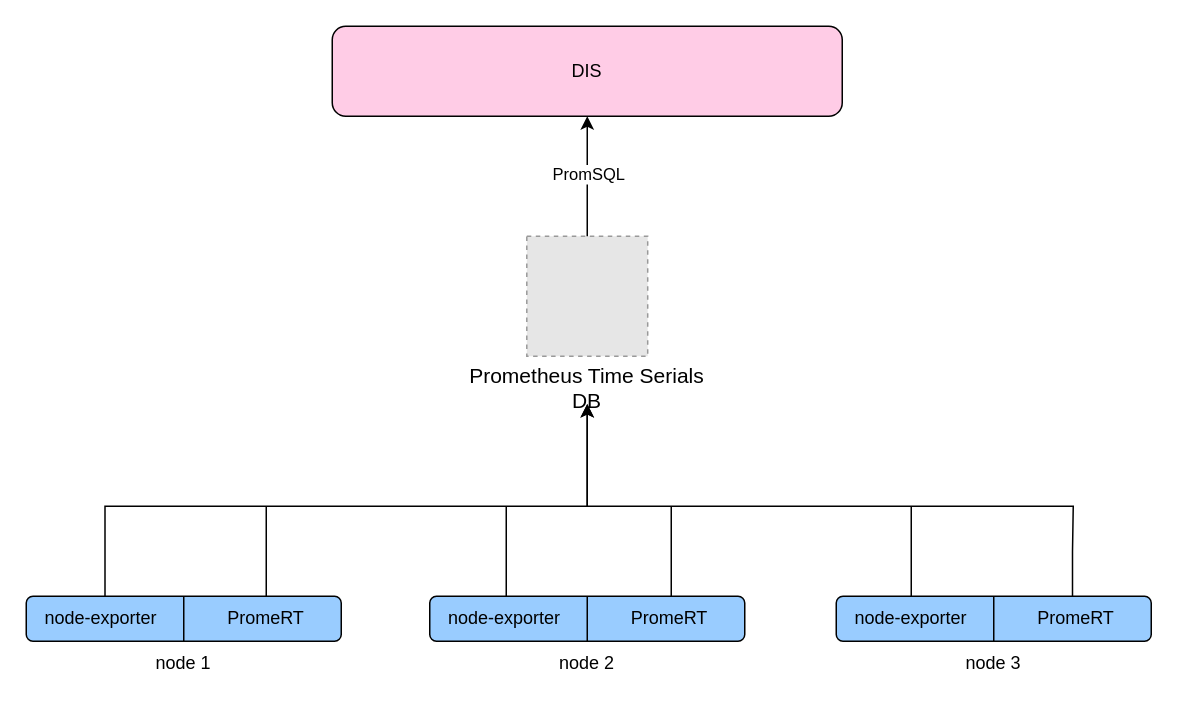
Above: page "资源监控" (14 of 16) of 自助式接入.drawio in dophinlife/drawio (draw.io), before the change. Source tidied: cells renumbered, new cells numbered last; positions are measured from the earlier drawing's top-left corner, leaving out a move shared by most shapes. Both pictures are drawn from the tidied source at 150%, with x=0, y=0 at pixel (26, 26). Pictures stored in the file or linked from it are replaced by grey dashed boxes.
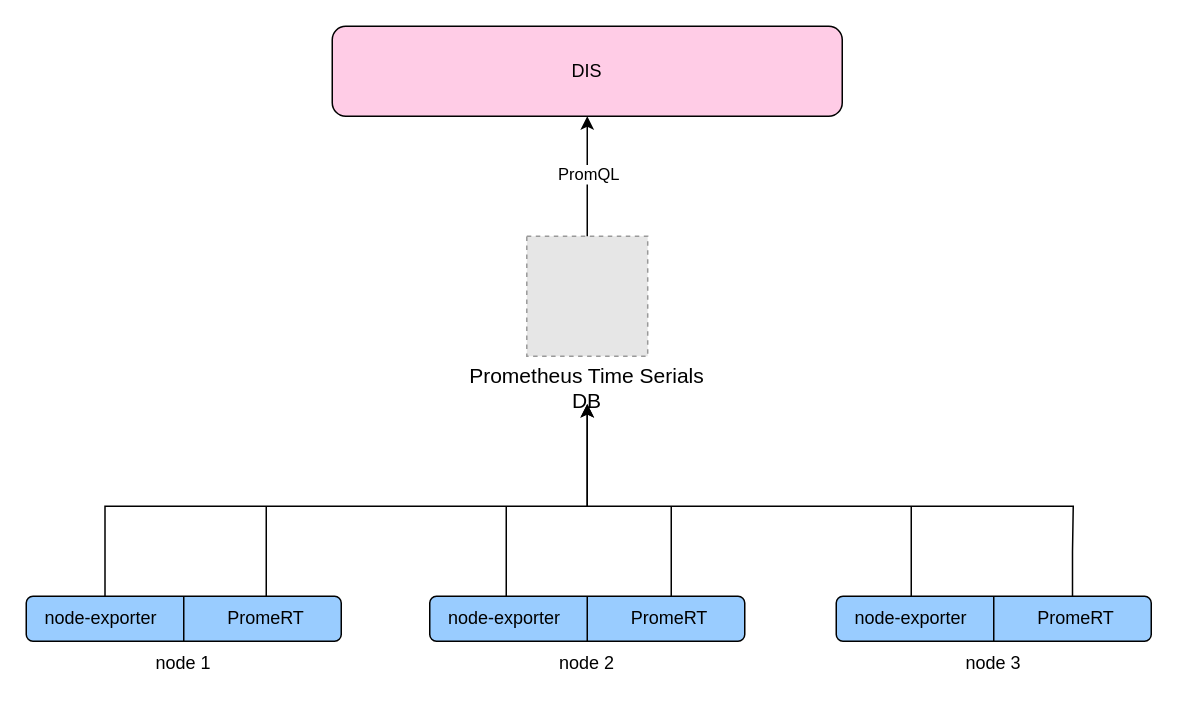
The same page after the edit.

Commit message:
Update 自助式接入.drawio

Unchanged cells that the change refers to:
```xml
<mxCell id="30" style="edgeStyle=orthogonalEdgeStyle;rounded=0;jettySize=auto;html=1;" parent="1" edge="1" source="21" target="29">
  <mxGeometry relative="1" as="geometry" />
</mxCell>
```

Change to the diagram source:
```diff
@@
-    <mxCell id="31" value="PromSQL" style="edgeLabel;html=1;align=center;verticalAlign=middle;" parent="30" vertex="1">
+    <mxCell id="31" value="PromQL" style="edgeLabel;html=1;align=center;verticalAlign=middle;" parent="30" vertex="1">
       <mxGeometry x="0.05" relative="1" as="geometry" />
     </mxCell>
```
